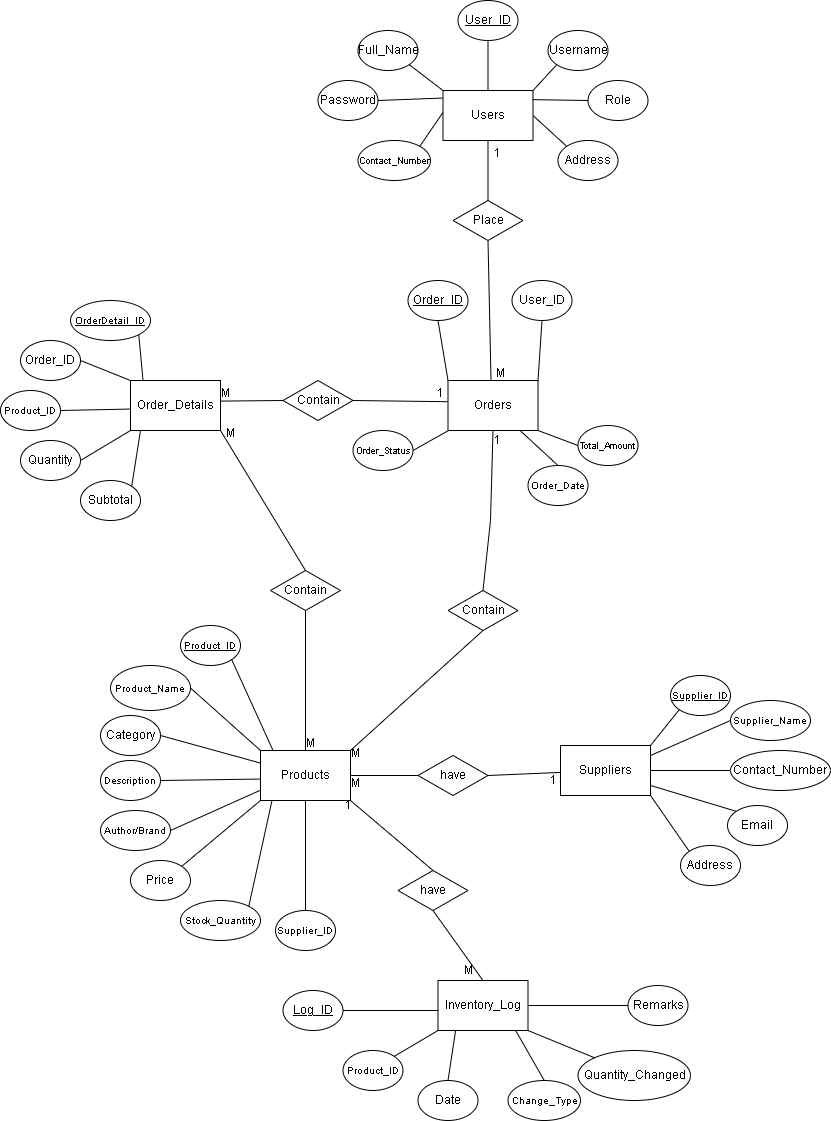
Above: Docs/final_chen_notation.drawio.png in Dewey-byte/angular-project (draw.io), before the change. Source tidied: cells renumbered, new cells last; positions are measured from the earlier drawing's top-left corner, leaving out a move shared by most shapes.
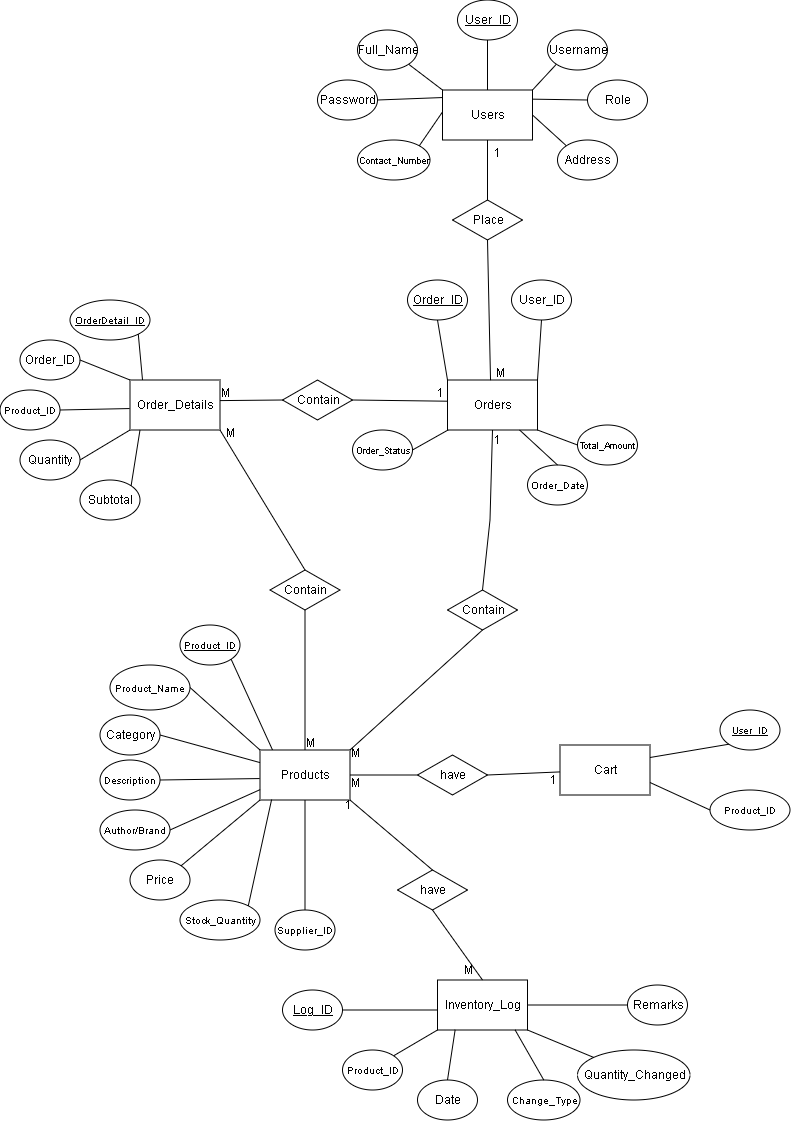
Above is the later version.

Commit message:
approved documentation by the prof

What changed in the source:
```diff
@@ -188,37 +188,19 @@
     <mxCell id="59" style="edgeStyle=none;rounded=0;jettySize=auto;html=1;exitX=1;exitY=0;exitDx=0;exitDy=0;entryX=0.129;entryY=0.991;entryDx=0;entryDy=0;entryPerimeter=0;endArrow=none;endFill=0;" parent="1" edge="1" source="56" target="45">
       <mxGeometry relative="1" as="geometry" />
     </mxCell>
-    <mxCell id="60" value="Suppliers" style="rounded=0;whiteSpace=wrap;html=1;" parent="1" vertex="1">
+    <mxCell id="60" value="Cart" style="rounded=0;whiteSpace=wrap;html=1;" parent="1" vertex="1">
       <mxGeometry x="560" y="745" width="90" height="50" as="geometry" />
     </mxCell>
-    <mxCell id="61" value="&lt;u&gt;&lt;font style=&quot;font-size: 10px;&quot;&gt;Supplier_ID&lt;/font&gt;&lt;/u&gt;" style="ellipse;whiteSpace=wrap;html=1;" parent="1" vertex="1">
-      <mxGeometry x="670" y="675" width="60" height="40" as="geometry" />
+    <mxCell id="61" value="&lt;u&gt;&lt;font style=&quot;font-size: 10px;&quot;&gt;User_ID&lt;/font&gt;&lt;/u&gt;" style="ellipse;whiteSpace=wrap;html=1;" parent="1" vertex="1">
+      <mxGeometry x="720" y="710" width="60" height="40" as="geometry" />
     </mxCell>
-    <mxCell id="62" value="&lt;font style=&quot;font-size: 10px;&quot;&gt;Supplier_Name&lt;/font&gt;" style="ellipse;whiteSpace=wrap;html=1;" parent="1" vertex="1">
-      <mxGeometry x="730" y="700" width="80" height="40" as="geometry" />
+    <mxCell id="62" value="&lt;font style=&quot;font-size: 10px;&quot;&gt;Product_ID&lt;/font&gt;" style="ellipse;whiteSpace=wrap;html=1;" parent="1" vertex="1">
+      <mxGeometry x="710" y="790" width="80" height="40" as="geometry" />
     </mxCell>
-    <mxCell id="63" style="edgeStyle=none;rounded=0;jettySize=auto;html=1;exitX=0;exitY=0.5;exitDx=0;exitDy=0;entryX=1;entryY=0.5;entryDx=0;entryDy=0;endArrow=none;endFill=0;" parent="1" edge="1" source="64" target="60">
-      <mxGeometry relative="1" as="geometry" />
-    </mxCell>
-    <mxCell id="64" value="Contact_Number" style="ellipse;whiteSpace=wrap;html=1;" parent="1" vertex="1">
-      <mxGeometry x="730" y="750" width="100" height="40" as="geometry" />
-    </mxCell>
-    <mxCell id="65" value="Email" style="ellipse;whiteSpace=wrap;html=1;" parent="1" vertex="1">
-      <mxGeometry x="727" y="805" width="60" height="40" as="geometry" />
-    </mxCell>
-    <mxCell id="66" style="edgeStyle=none;rounded=0;jettySize=auto;html=1;exitX=0;exitY=0;exitDx=0;exitDy=0;entryX=1;entryY=1;entryDx=0;entryDy=0;endArrow=none;endFill=0;" parent="1" edge="1" source="67" target="60">
-      <mxGeometry relative="1" as="geometry" />
-    </mxCell>
-    <mxCell id="67" value="Address" style="ellipse;whiteSpace=wrap;html=1;" parent="1" vertex="1">
-      <mxGeometry x="680" y="845" width="60" height="40" as="geometry" />
-    </mxCell>
-    <mxCell id="68" style="edgeStyle=none;rounded=0;jettySize=auto;html=1;exitX=0;exitY=0.5;exitDx=0;exitDy=0;entryX=1;entryY=0.2;entryDx=0;entryDy=0;entryPerimeter=0;endArrow=none;endFill=0;" parent="1" edge="1" source="62" target="60">
+    <mxCell id="68" style="edgeStyle=none;rounded=0;jettySize=auto;html=1;exitX=0;exitY=0.5;exitDx=0;exitDy=0;entryX=1;entryY=0.75;entryDx=0;entryDy=0;endArrow=none;endFill=0;" parent="1" edge="1" source="62" target="60">
       <mxGeometry relative="1" as="geometry" />
     </mxCell>
-    <mxCell id="69" style="edgeStyle=none;rounded=0;jettySize=auto;html=1;exitX=0;exitY=0;exitDx=0;exitDy=0;entryX=0.998;entryY=0.798;entryDx=0;entryDy=0;entryPerimeter=0;endArrow=none;endFill=0;" parent="1" edge="1" source="65" target="60">
-      <mxGeometry relative="1" as="geometry" />
-    </mxCell>
-    <mxCell id="70" style="edgeStyle=none;rounded=0;jettySize=auto;html=1;exitX=0;exitY=1;exitDx=0;exitDy=0;entryX=1;entryY=0;entryDx=0;entryDy=0;endArrow=none;endFill=0;" parent="1" edge="1" source="61" target="60">
+    <mxCell id="70" style="edgeStyle=none;rounded=0;jettySize=auto;html=1;exitX=0;exitY=1;exitDx=0;exitDy=0;entryX=1;entryY=0.25;entryDx=0;entryDy=0;endArrow=none;endFill=0;" parent="1" edge="1" source="61" target="60">
       <mxGeometry relative="1" as="geometry" />
     </mxCell>
     <mxCell id="71" value="Inventory_Log" style="rounded=0;whiteSpace=wrap;html=1;" parent="1" vertex="1">
```
